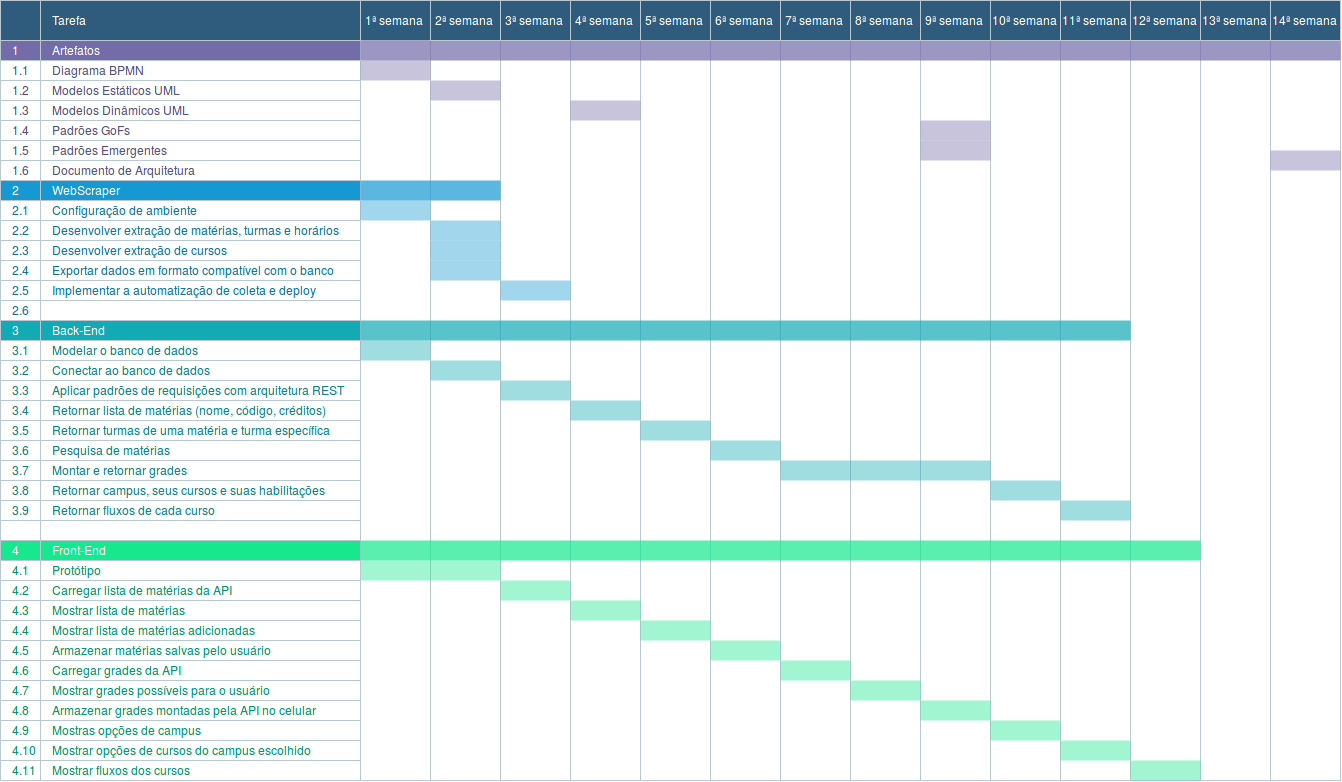
The draw.io diagram docs/dinamica02/img/DiagramaGantt2.png in ads-unigrade-2019-1/Wiki, before a commit. Source tidied: cells renumbered, new cells last; positions are measured from the earlier drawing's top-left corner, leaving out a move shared by most shapes.
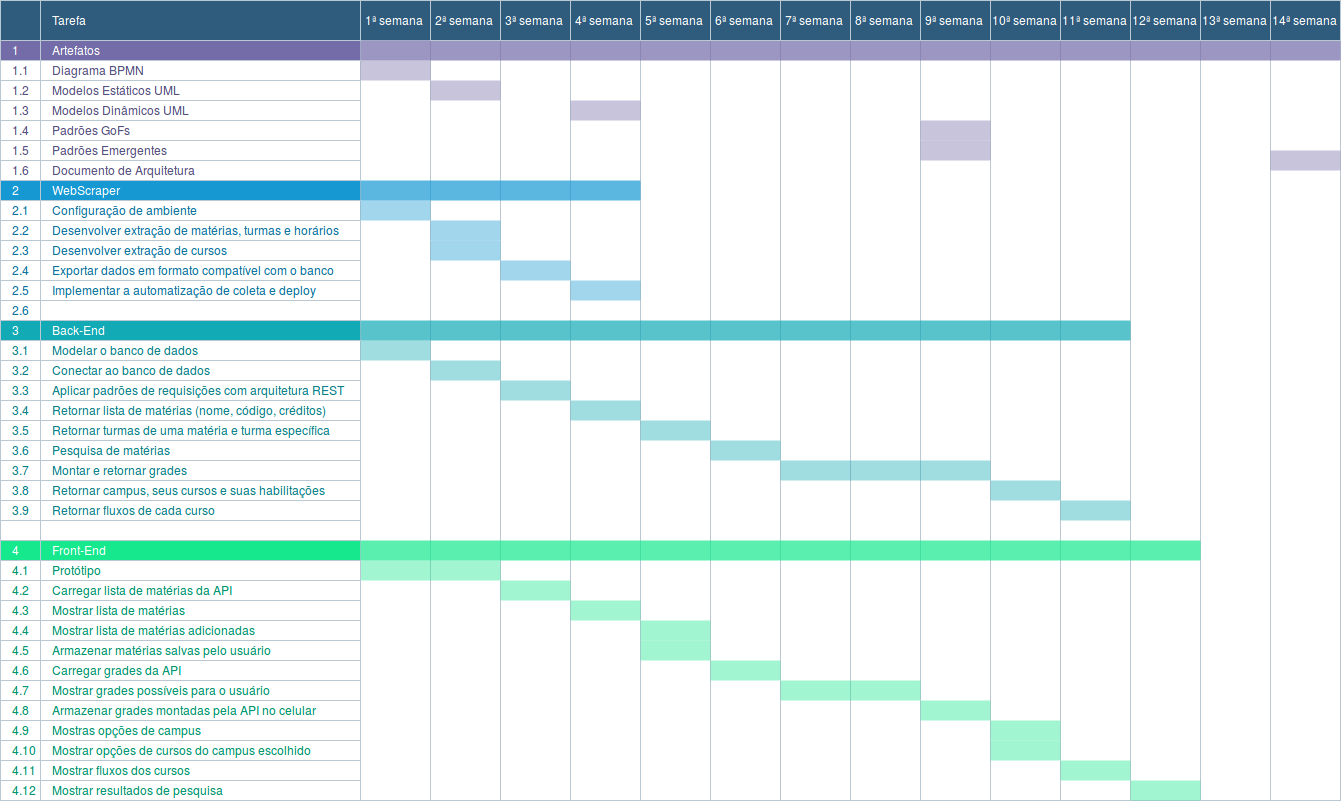
The same diagram one commit later.

Commit message:
Corrected gantt chart image file

Diff of the diagram source:
```diff
@@ -3,40 +3,40 @@
     <mxCell id="0" />
     <mxCell id="1" parent="0" />
     <mxCell id="2" style="strokeColor=#bac8d3;html=1;" parent="1" vertex="1">
-      <mxGeometry x="1270" y="40" width="70" height="740" as="geometry" />
+      <mxGeometry x="1270" y="40" width="70" height="760" as="geometry" />
     </mxCell>
     <mxCell id="3" style="strokeColor=#bac8d3;html=1;" parent="1" vertex="1">
-      <mxGeometry x="1200" y="40" width="70" height="740" as="geometry" />
+      <mxGeometry x="1200" y="40" width="70" height="760" as="geometry" />
     </mxCell>
     <mxCell id="4" style="strokeColor=#bac8d3;html=1;" parent="1" vertex="1">
-      <mxGeometry x="1130" y="40" width="70" height="740" as="geometry" />
+      <mxGeometry x="1130" y="40" width="70" height="760" as="geometry" />
     </mxCell>
     <mxCell id="5" style="strokeColor=#bac8d3;html=1;" parent="1" vertex="1">
-      <mxGeometry x="1060" y="40" width="70" height="740" as="geometry" />
+      <mxGeometry x="1060" y="40" width="70" height="760" as="geometry" />
     </mxCell>
     <mxCell id="6" style="strokeColor=#bac8d3;html=1;" parent="1" vertex="1">
-      <mxGeometry x="990" y="40" width="70" height="740" as="geometry" />
+      <mxGeometry x="990" y="40" width="70" height="760" as="geometry" />
     </mxCell>
     <mxCell id="7" style="strokeColor=#bac8d3;html=1;" parent="1" vertex="1">
-      <mxGeometry x="920" y="40" width="70" height="740" as="geometry" />
+      <mxGeometry x="920" y="40" width="70" height="760" as="geometry" />
     </mxCell>
     <mxCell id="8" style="strokeColor=#bac8d3;html=1;" parent="1" vertex="1">
-      <mxGeometry x="850" y="40" width="70" height="740" as="geometry" />
+      <mxGeometry x="850" y="40" width="70" height="760" as="geometry" />
     </mxCell>
     <mxCell id="9" style="strokeColor=#bac8d3;html=1;" parent="1" vertex="1">
-      <mxGeometry x="780" y="40" width="70" height="740" as="geometry" />
+      <mxGeometry x="780" y="40" width="70" height="760" as="geometry" />
     </mxCell>
     <mxCell id="10" style="strokeColor=#bac8d3;html=1;" parent="1" vertex="1">
-      <mxGeometry x="710" y="40" width="70" height="740" as="geometry" />
+      <mxGeometry x="710" y="40" width="70" height="760" as="geometry" />
     </mxCell>
     <mxCell id="11" style="strokeColor=#bac8d3;html=1;" parent="1" vertex="1">
-      <mxGeometry x="640" y="40" width="70" height="740" as="geometry" />
+      <mxGeometry x="640" y="40" width="70" height="760" as="geometry" />
     </mxCell>
     <mxCell id="12" style="strokeColor=#bac8d3;html=1;" parent="1" vertex="1">
-      <mxGeometry x="570" y="40" width="70" height="740" as="geometry" />
+      <mxGeometry x="570" y="40" width="70" height="760" as="geometry" />
     </mxCell>
     <mxCell id="13" style="strokeColor=#bac8d3;html=1;" parent="1" vertex="1">
-      <mxGeometry x="500" y="40" width="70" height="740" as="geometry" />
+      <mxGeometry x="500" y="40" width="70" height="760" as="geometry" />
     </mxCell>
     <mxCell id="14" style="align=left;strokeColor=#bac8d3;html=1;fontColor=#2f5b7c;spacingLeft=10;" parent="1" vertex="1">
       <mxGeometry x="40" y="540" width="320" height="20" as="geometry" />
@@ -99,7 +99,7 @@
       <mxGeometry x="40" y="740" width="320" height="20" as="geometry" />
     </mxCell>
     <mxCell id="34" style="strokeColor=#bac8d3;html=1;" parent="1" vertex="1">
-      <mxGeometry x="360" y="40" width="70" height="740" as="geometry" />
+      <mxGeometry x="360" y="40" width="70" height="760" as="geometry" />
     </mxCell>
     <mxCell id="35" value="1" style="strokeColor=#bac8d3;fillColor=#736CA8;html=1;fontColor=#FFFFFF;align=left;spacingLeft=10;" parent="1" vertex="1">
       <mxGeometry y="40" width="40" height="20" as="geometry" />
@@ -243,7 +243,7 @@
       <mxGeometry x="40" y="520" width="320" height="20" as="geometry" />
     </mxCell>
     <mxCell id="82" style="strokeColor=#bac8d3;html=1;" parent="1" vertex="1">
-      <mxGeometry x="430" y="40" width="70" height="740" as="geometry" />
+      <mxGeometry x="430" y="40" width="70" height="760" as="geometry" />
     </mxCell>
     <mxCell id="83" value="Tarefa" style="fillColor=#2f5b7c;strokeColor=#BAC8D3;strokeWidth=1;fontColor=#FFFFFF;fontStyle=0;html=1;align=left;spacingLeft=10;" parent="1" vertex="1">
       <mxGeometry x="40" width="320" height="40" as="geometry" />
@@ -264,7 +264,7 @@
       <mxGeometry x="360" y="200" width="70" height="20" as="geometry" />
     </mxCell>
     <mxCell id="89" style="shape=mxgraph.flowchart.process;fillColor=#1699D3;strokeColor=none;strokeWidth=2;opacity=70;html=1;" parent="1" vertex="1">
-      <mxGeometry x="360" y="180" width="140" height="20" as="geometry" />
+      <mxGeometry x="360" y="180" width="280" height="20" as="geometry" />
     </mxCell>
     <mxCell id="90" style="shape=mxgraph.flowchart.process;fillColor=#12AAB5;strokeColor=none;strokeWidth=2;opacity=40;html=1;" parent="1" vertex="1">
       <mxGeometry x="360" y="340" width="70" height="20" as="geometry" />
@@ -372,13 +372,13 @@
       <mxGeometry x="430" y="220" width="70" height="20" as="geometry" />
     </mxCell>
     <mxCell id="125" style="shape=mxgraph.flowchart.process;fillColor=#1699D3;strokeColor=none;strokeWidth=2;opacity=40;html=1;" parent="1" vertex="1">
-      <mxGeometry x="430" y="260" width="70" height="20" as="geometry" />
+      <mxGeometry x="500" y="260" width="70" height="20" as="geometry" />
     </mxCell>
     <mxCell id="126" style="shape=mxgraph.flowchart.process;fillColor=#1699D3;strokeColor=none;strokeWidth=2;opacity=40;html=1;" parent="1" vertex="1">
       <mxGeometry x="430" y="240" width="70" height="20" as="geometry" />
     </mxCell>
     <mxCell id="127" style="shape=mxgraph.flowchart.process;fillColor=#1699D3;strokeColor=none;strokeWidth=2;opacity=40;html=1;" parent="1" vertex="1">
-      <mxGeometry x="500" y="280" width="70" height="20" as="geometry" />
+      <mxGeometry x="570" y="280" width="70" height="20" as="geometry" />
     </mxCell>
     <mxCell id="128" style="shape=mxgraph.flowchart.process;fillColor=#12AAB5;strokeColor=none;strokeWidth=2;opacity=40;html=1;" parent="1" vertex="1">
       <mxGeometry x="430" y="360" width="70" height="20" as="geometry" />
@@ -414,13 +414,13 @@
       <mxGeometry x="640" y="620" width="70" height="20" as="geometry" />
     </mxCell>
     <mxCell id="139" style="shape=mxgraph.flowchart.process;fillColor=#15E88D;strokeColor=none;strokeWidth=2;opacity=40;html=1;" parent="1" vertex="1">
-      <mxGeometry x="710" y="640" width="70" height="20" as="geometry" />
+      <mxGeometry x="640" y="640" width="70" height="20" as="geometry" />
     </mxCell>
     <mxCell id="140" style="shape=mxgraph.flowchart.process;fillColor=#15E88D;strokeColor=none;strokeWidth=2;opacity=40;html=1;" parent="1" vertex="1">
-      <mxGeometry x="780" y="660" width="70" height="20" as="geometry" />
+      <mxGeometry x="710" y="660" width="70" height="20" as="geometry" />
     </mxCell>
     <mxCell id="141" style="shape=mxgraph.flowchart.process;fillColor=#15E88D;strokeColor=none;strokeWidth=2;opacity=40;html=1;" parent="1" vertex="1">
-      <mxGeometry x="850" y="680" width="70" height="20" as="geometry" />
+      <mxGeometry x="780" y="680" width="140" height="20" as="geometry" />
     </mxCell>
     <mxCell id="142" style="shape=mxgraph.flowchart.process;fillColor=#15E88D;strokeColor=none;strokeWidth=2;opacity=40;html=1;" parent="1" vertex="1">
       <mxGeometry x="920" y="700" width="70" height="20" as="geometry" />
@@ -429,10 +429,19 @@
       <mxGeometry x="990" y="720" width="70" height="20" as="geometry" />
     </mxCell>
     <mxCell id="144" style="shape=mxgraph.flowchart.process;fillColor=#15E88D;strokeColor=none;strokeWidth=2;opacity=40;html=1;" parent="1" vertex="1">
-      <mxGeometry x="1060" y="740" width="70" height="20" as="geometry" />
+      <mxGeometry x="990" y="740" width="70" height="20" as="geometry" />
     </mxCell>
     <mxCell id="145" style="shape=mxgraph.flowchart.process;fillColor=#15E88D;strokeColor=none;strokeWidth=2;opacity=40;html=1;" parent="1" vertex="1">
-      <mxGeometry x="1130" y="760" width="70" height="20" as="geometry" />
+      <mxGeometry x="1060" y="760" width="70" height="20" as="geometry" />
     </mxCell>
+    <mxCell id="146" value="Mostrar resultados de pesquisa" style="align=left;strokeColor=#bac8d3;html=1;fontColor=#04946E;spacingLeft=10;" parent="1" vertex="1">
+      <mxGeometry x="40" y="780" width="320" height="20" as="geometry" />
+    </mxCell>
+    <mxCell id="147" value="4.12" style="strokeColor=#bac8d3;html=1;fontColor=#04946E;align=left;spacingLeft=10;" parent="1" vertex="1">
+      <mxGeometry y="780" width="40" height="20" as="geometry" />
+    </mxCell>
+    <mxCell id="148" style="shape=mxgraph.flowchart.process;fillColor=#15E88D;strokeColor=none;strokeWidth=2;opacity=40;html=1;" parent="1" vertex="1">
+      <mxGeometry x="1130" y="780" width="70" height="20" as="geometry" />
+    </mxCell>
   </root>
 </mxGraphModel>
```
